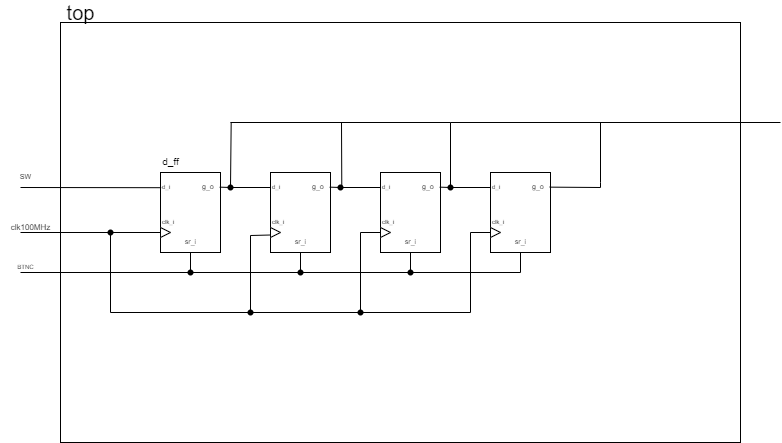
Marxs31/digital-electronics-1 keeps this draw.io diagram as labs/05-ffs/images/top.png. Above is the earlier version. Source tidied: cells renumbered, new cells last; positions are measured from the earlier drawing's top-left corner, leaving out a move shared by most shapes.
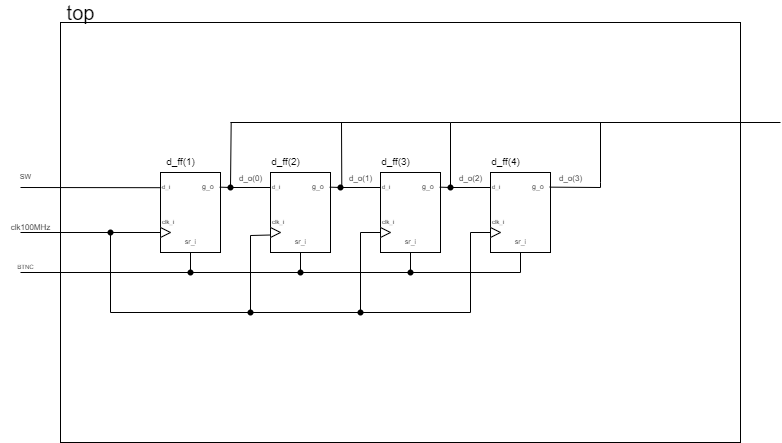
The same diagram one commit later.

Diff of the diagram source:
```diff
@@ -57,8 +57,8 @@
     <mxCell id="16" value="&lt;font style=&quot;font-size: 20px&quot;&gt;top&lt;/font&gt;" style="text;html=1;align=center;verticalAlign=middle;strokeColor=none;fillColor=none;fontSize=7;" parent="1" vertex="1">
       <mxGeometry x="60" width="40" height="20" as="geometry" />
     </mxCell>
-    <mxCell id="17" value="&lt;font style=&quot;font-size: 10px&quot;&gt;d_ff&lt;/font&gt;" style="text;html=1;align=center;verticalAlign=middle;strokeColor=none;fillColor=none;fontSize=20;" parent="1" vertex="1">
-      <mxGeometry x="155" y="140" width="30" height="30" as="geometry" />
+    <mxCell id="17" value="&lt;font style=&quot;font-size: 10px&quot;&gt;d_ff(1)&lt;/font&gt;" style="text;html=1;align=center;verticalAlign=middle;strokeColor=none;fillColor=none;fontSize=20;" parent="1" vertex="1">
+      <mxGeometry x="160" y="140" width="40" height="30" as="geometry" />
     </mxCell>
     <mxCell id="18" style="rounded=0;whiteSpace=wrap;html=1;" parent="1" vertex="1">
       <mxGeometry x="270" y="170" width="60" height="80" as="geometry" />
@@ -269,5 +269,26 @@
     <mxCell id="64" style="endArrow=none;html=1;rounded=0;exitX=0.987;exitY=0.183;exitDx=0;exitDy=0;exitPerimeter=0;" parent="1" edge="1" source="25" target="63">
       <mxGeometry relative="1" as="geometry" />
     </mxCell>
+    <mxCell id="65" value="&lt;font style=&quot;font-size: 8px&quot;&gt;d_o(0)&lt;/font&gt;" style="text;html=1;align=center;verticalAlign=middle;strokeColor=none;fillColor=none;fontSize=10;" parent="1" vertex="1">
+      <mxGeometry x="230" y="165" width="40" height="20" as="geometry" />
+    </mxCell>
+    <mxCell id="66" value="&lt;font style=&quot;font-size: 8px&quot;&gt;d_o(1)&lt;/font&gt;" style="text;html=1;align=center;verticalAlign=middle;strokeColor=none;fillColor=none;fontSize=10;" parent="1" vertex="1">
+      <mxGeometry x="340" y="165" width="40" height="20" as="geometry" />
+    </mxCell>
+    <mxCell id="67" value="&lt;font style=&quot;font-size: 8px&quot;&gt;d_o(2)&lt;/font&gt;" style="text;html=1;align=center;verticalAlign=middle;strokeColor=none;fillColor=none;fontSize=10;" parent="1" vertex="1">
+      <mxGeometry x="450" y="165" width="40" height="20" as="geometry" />
+    </mxCell>
+    <mxCell id="68" value="&lt;font style=&quot;font-size: 8px&quot;&gt;d_o(3)&lt;/font&gt;" style="text;html=1;align=center;verticalAlign=middle;strokeColor=none;fillColor=none;fontSize=10;" parent="1" vertex="1">
+      <mxGeometry x="550" y="165" width="40" height="20" as="geometry" />
+    </mxCell>
+    <mxCell id="69" value="&lt;font style=&quot;font-size: 10px&quot;&gt;d_ff(2)&lt;/font&gt;" style="text;html=1;align=center;verticalAlign=middle;strokeColor=none;fillColor=none;fontSize=20;" parent="1" vertex="1">
+      <mxGeometry x="265" y="140" width="40" height="30" as="geometry" />
+    </mxCell>
+    <mxCell id="70" value="&lt;font style=&quot;font-size: 10px&quot;&gt;d_ff(3)&lt;/font&gt;" style="text;html=1;align=center;verticalAlign=middle;strokeColor=none;fillColor=none;fontSize=20;" parent="1" vertex="1">
+      <mxGeometry x="375" y="140" width="40" height="30" as="geometry" />
+    </mxCell>
+    <mxCell id="71" value="&lt;font style=&quot;font-size: 10px&quot;&gt;d_ff(4)&lt;/font&gt;" style="text;html=1;align=center;verticalAlign=middle;strokeColor=none;fillColor=none;fontSize=20;" parent="1" vertex="1">
+      <mxGeometry x="485" y="140" width="40" height="30" as="geometry" />
+    </mxCell>
   </root>
 </mxGraphModel>
```
